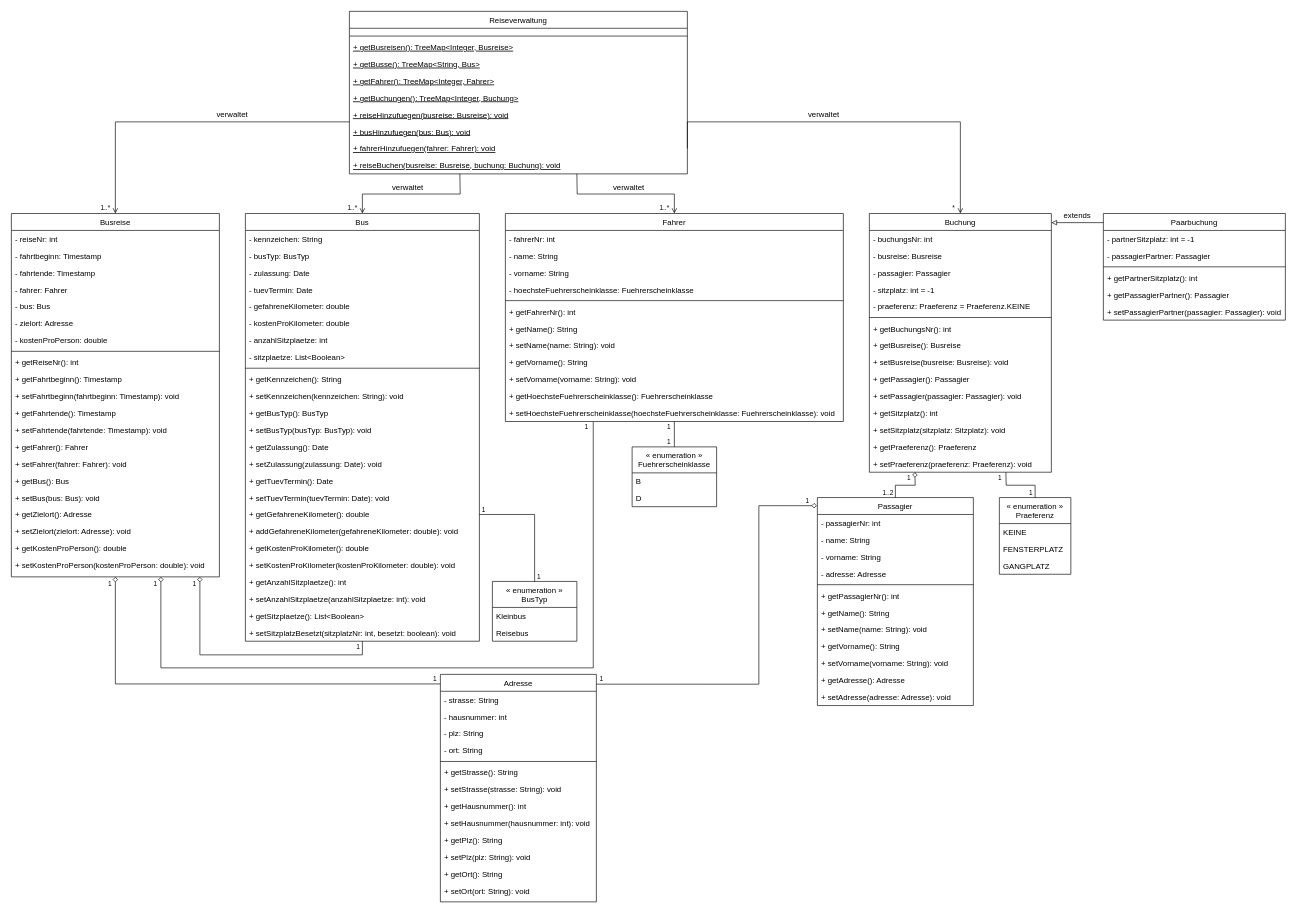
Above: UML_Klassendiagramm.drawio in ZichaoIUStudy/Busreisen_OOP2_Referat (draw.io), before the change. Source tidied: cells renumbered, new cells numbered last; positions are measured from the earlier drawing's top-left corner, leaving out a move shared by most shapes. Both pictures are drawn from the tidied source at 65%, with x=0, y=0 at pixel (11, 11).
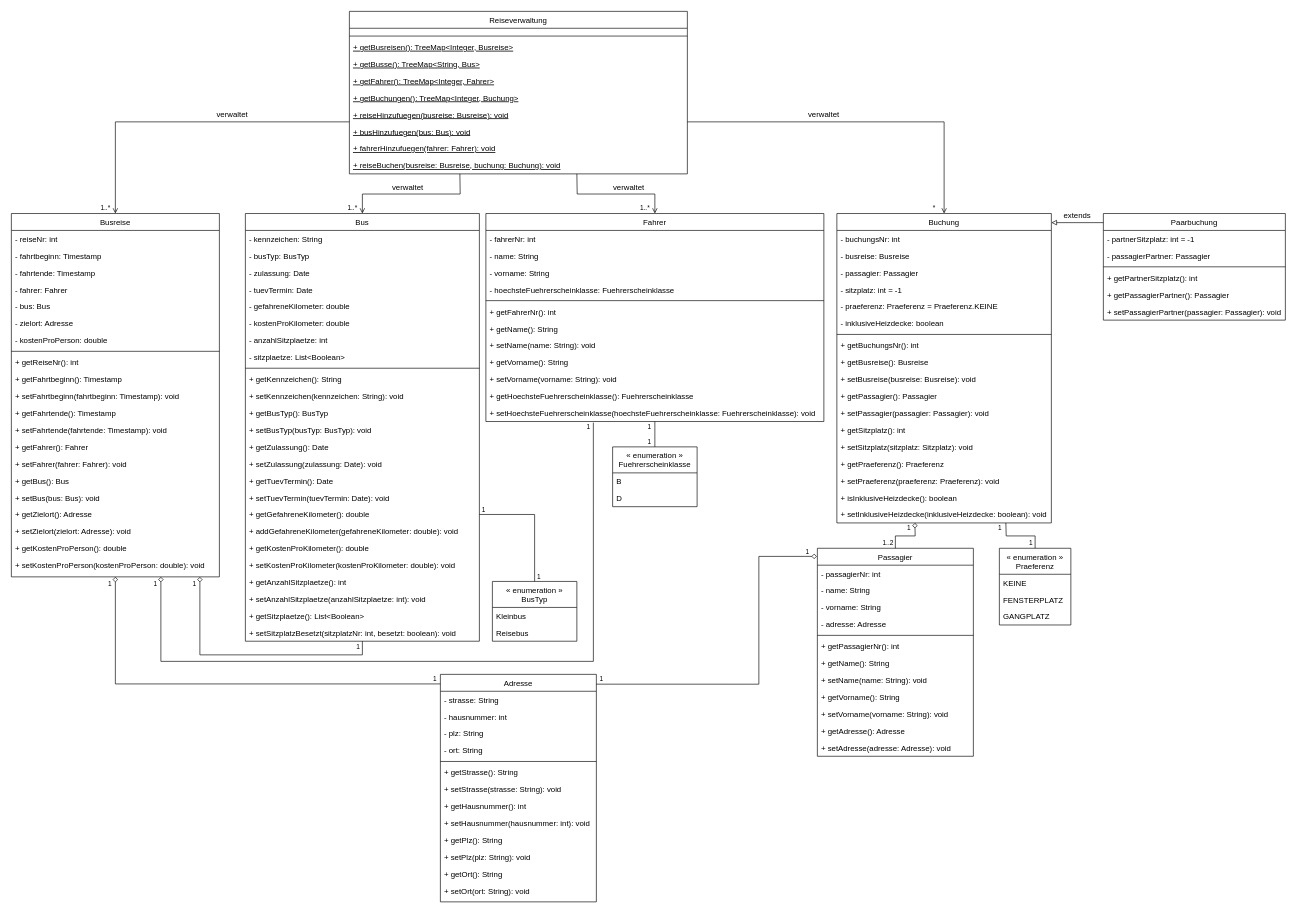
Above is the later version.

Commit message (it also covers changes not shown here):
Implementierung Heizdecke, Anpassung UML-Klassendiagramm

Unchanged cells that the change refers to:
```xml
<mxCell id="14" value="+ setHoechsteFuehrerscheinklasse(hoechsteFuehrerscheinklasse: Fuehrerscheinklasse): void" style="text;align=left;verticalAlign=top;spacingLeft=4;spacingRight=4;overflow=hidden;points=[[0,0.5],[1,0.5]];portConstraint=eastwest;rounded=0;shadow=0;html=0;" parent="2" vertex="1">
  <mxGeometry y="294" width="520" height="26" as="geometry" />
</mxCell>
<mxCell id="109" value="+ fahrerHinzufuegen(fahrer: Fahrer): void" style="text;align=left;verticalAlign=top;spacingLeft=4;spacingRight=4;overflow=hidden;points=[[0,0.5],[1,0.5]];portConstraint=eastwest;rounded=0;shadow=0;html=0;fontStyle=4;" parent="100" vertex="1">
  <mxGeometry y="198" width="520" height="26" as="geometry" />
</mxCell>
<mxCell id="141" value="Adresse" style="swimlane;fontStyle=0;align=center;verticalAlign=top;horizontal=1;startSize=26;rounded=0;shadow=0;strokeWidth=1;" parent="1" vertex="1">
  <mxGeometry x="660" y="1020" width="240" height="350" as="geometry" />
</mxCell>
```

Change to the diagram source:
```diff
@@
     <mxCell id="2" value="Fahrer" style="swimlane;fontStyle=0;align=center;verticalAlign=top;horizontal=1;startSize=26;rounded=0;shadow=0;strokeWidth=1;" parent="1" vertex="1">
-      <mxGeometry x="760" y="311" width="520" height="320" as="geometry" />
+      <mxGeometry x="730" y="311" width="520" height="320" as="geometry" />
     </mxCell>
@@
     <mxCell id="37" value="Passagier" style="swimlane;fontStyle=0;align=center;verticalAlign=top;horizontal=1;startSize=26;rounded=0;shadow=0;strokeWidth=1;" parent="1" vertex="1">
-      <mxGeometry x="1240" y="748" width="240" height="320" as="geometry" />
+      <mxGeometry x="1240" y="826" width="240" height="320" as="geometry" />
     </mxCell>
@@
     <mxCell id="76" value="Buchung" style="swimlane;fontStyle=0;align=center;verticalAlign=top;horizontal=1;startSize=26;rounded=0;shadow=0;strokeWidth=1;" parent="1" vertex="1">
-      <mxGeometry x="1320" y="311" width="280" height="398" as="geometry" />
+      <mxGeometry x="1270" y="311" width="330" height="476" as="geometry" />
     </mxCell>
     <mxCell id="77" value="- buchungsNr: int" style="text;align=left;verticalAlign=top;spacingLeft=4;spacingRight=4;overflow=hidden;" parent="76" vertex="1">
-      <mxGeometry y="26" width="280" height="26" as="geometry" />
+      <mxGeometry y="26" width="330" height="26" as="geometry" />
     </mxCell>
     <mxCell id="78" value="- busreise: Busreise" style="text;align=left;verticalAlign=top;spacingLeft=4;spacingRight=4;overflow=hidden;" parent="76" vertex="1">
-      <mxGeometry y="52" width="280" height="26" as="geometry" />
+      <mxGeometry y="52" width="330" height="26" as="geometry" />
     </mxCell>
     <mxCell id="79" value="- passagier: Passagier" style="text;align=left;verticalAlign=top;spacingLeft=4;spacingRight=4;overflow=hidden;" parent="76" vertex="1">
-      <mxGeometry y="78" width="280" height="26" as="geometry" />
+      <mxGeometry y="78" width="330" height="26" as="geometry" />
     </mxCell>
     <mxCell id="80" value="- sitzplatz: int = -1" style="text;align=left;verticalAlign=top;spacingLeft=4;spacingRight=4;overflow=hidden;" parent="76" vertex="1">
-      <mxGeometry y="104" width="280" height="26" as="geometry" />
+      <mxGeometry y="104" width="330" height="26" as="geometry" />
     </mxCell>
     <mxCell id="81" value="- praeferenz: Praeferenz = Praeferenz.KEINE" style="text;align=left;verticalAlign=top;spacingLeft=4;spacingRight=4;overflow=hidden;" parent="76" vertex="1">
-      <mxGeometry y="130" width="280" height="26" as="geometry" />
+      <mxGeometry y="130" width="330" height="26" as="geometry" />
     </mxCell>
+    <mxCell id="173" value="- inklusiveHeizdecke: boolean" style="text;align=left;verticalAlign=top;spacingLeft=4;spacingRight=4;overflow=hidden;" parent="76" vertex="1">
+      <mxGeometry y="156" width="330" height="26" as="geometry" />
+    </mxCell>
     <mxCell id="82" style="line;html=1;strokeWidth=1;align=left;verticalAlign=middle;spacingTop=-1;spacingLeft=3;spacingRight=3;labelPosition=right;" parent="76" vertex="1">
-      <mxGeometry y="156" width="280" height="8" as="geometry" />
+      <mxGeometry y="182" width="330" height="8" as="geometry" />
     </mxCell>
     <mxCell id="83" value="+ getBuchungsNr(): int" style="text;align=left;verticalAlign=top;spacingLeft=4;spacingRight=4;overflow=hidden;" parent="76" vertex="1">
-      <mxGeometry y="164" width="280" height="26" as="geometry" />
+      <mxGeometry y="190" width="330" height="26" as="geometry" />
     </mxCell>
     <mxCell id="84" value="+ getBusreise(): Busreise" style="text;align=left;verticalAlign=top;spacingLeft=4;spacingRight=4;overflow=hidden;" parent="76" vertex="1">
-      <mxGeometry y="190" width="280" height="26" as="geometry" />
+      <mxGeometry y="216" width="330" height="26" as="geometry" />
     </mxCell>
     <mxCell id="85" value="+ setBusreise(busreise: Busreise): void" style="text;align=left;verticalAlign=top;spacingLeft=4;spacingRight=4;overflow=hidden;" parent="76" vertex="1">
-      <mxGeometry y="216" width="280" height="26" as="geometry" />
+      <mxGeometry y="242" width="330" height="26" as="geometry" />
     </mxCell>
     <mxCell id="86" value="+ getPassagier(): Passagier" style="text;align=left;verticalAlign=top;spacingLeft=4;spacingRight=4;overflow=hidden;" parent="76" vertex="1">
-      <mxGeometry y="242" width="280" height="26" as="geometry" />
+      <mxGeometry y="268" width="330" height="26" as="geometry" />
     </mxCell>
     <mxCell id="87" value="+ setPassagier(passagier: Passagier): void" style="text;align=left;verticalAlign=top;spacingLeft=4;spacingRight=4;overflow=hidden;" parent="76" vertex="1">
-      <mxGeometry y="268" width="280" height="26" as="geometry" />
+      <mxGeometry y="294" width="330" height="26" as="geometry" />
     </mxCell>
     <mxCell id="88" value="+ getSitzplatz(): int" style="text;align=left;verticalAlign=top;spacingLeft=4;spacingRight=4;overflow=hidden;" parent="76" vertex="1">
-      <mxGeometry y="294" width="280" height="26" as="geometry" />
+      <mxGeometry y="320" width="330" height="26" as="geometry" />
     </mxCell>
     <mxCell id="89" value="+ setSitzplatz(sitzplatz: Sitzplatz): void" style="text;align=left;verticalAlign=top;spacingLeft=4;spacingRight=4;overflow=hidden;" parent="76" vertex="1">
-      <mxGeometry y="320" width="280" height="26" as="geometry" />
+      <mxGeometry y="346" width="330" height="26" as="geometry" />
     </mxCell>
     <mxCell id="90" value="+ getPraeferenz(): Praeferenz" style="text;align=left;verticalAlign=top;spacingLeft=4;spacingRight=4;overflow=hidden;" parent="76" vertex="1">
-      <mxGeometry y="346" width="280" height="26" as="geometry" />
+      <mxGeometry y="372" width="330" height="26" as="geometry" />
     </mxCell>
     <mxCell id="91" value="+ setPraeferenz(praeferenz: Praeferenz): void" style="text;align=left;verticalAlign=top;spacingLeft=4;spacingRight=4;overflow=hidden;" parent="76" vertex="1">
-      <mxGeometry y="372" width="280" height="26" as="geometry" />
+      <mxGeometry y="398" width="330" height="26" as="geometry" />
     </mxCell>
+    <mxCell id="174" value="+ isInklusiveHeizdecke(): boolean" style="text;align=left;verticalAlign=top;spacingLeft=4;spacingRight=4;overflow=hidden;" parent="76" vertex="1">
+      <mxGeometry y="424" width="330" height="26" as="geometry" />
+    </mxCell>
+    <mxCell id="175" value="+ setInklusiveHeizdecke(inklusiveHeizdecke: boolean): void" style="text;align=left;verticalAlign=top;spacingLeft=4;spacingRight=4;overflow=hidden;" parent="76" vertex="1">
+      <mxGeometry y="450" width="330" height="26" as="geometry" />
+    </mxCell>
     <mxCell id="92" value="« enumeration »&#10;Fuehrerscheinklasse" style="swimlane;fontStyle=0;align=center;verticalAlign=top;horizontal=1;startSize=40;rounded=0;shadow=0;strokeWidth=1;fontFamily=Helvetica;" parent="1" vertex="1">
-      <mxGeometry x="955" y="670" width="130" height="92" as="geometry" />
+      <mxGeometry x="925" y="670" width="130" height="92" as="geometry" />
     </mxCell>
@@
     <mxCell id="95" value="« enumeration »&#10;Praeferenz" style="swimlane;fontStyle=0;align=center;verticalAlign=top;horizontal=1;startSize=40;rounded=0;shadow=0;strokeWidth=1;fontFamily=Helvetica;" parent="1" vertex="1">
-      <mxGeometry x="1520" y="748" width="110" height="118" as="geometry" />
+      <mxGeometry x="1520" y="826" width="110" height="118" as="geometry" />
     </mxCell>
@@
-    <mxCell id="112" style="endArrow=none;html=1;rounded=0;entryX=1;entryY=0.5;entryDx=0;entryDy=0;exitX=0.5;exitY=0;exitDx=0;exitDy=0;edgeStyle=orthogonalEdgeStyle;startArrow=open;startFill=0;" parent="1" edge="1" source="76" target="109">
+    <mxCell id="112" style="endArrow=none;html=1;rounded=0;exitX=0.5;exitY=0;exitDx=0;exitDy=0;edgeStyle=orthogonalEdgeStyle;startArrow=open;startFill=0;" parent="1" edge="1" source="76">
       <mxGeometry relative="1" as="geometry">
+        <mxPoint x="1040" y="170" as="targetPoint" />
         <Array as="points">
-          <mxPoint x="1460" y="170" />
+          <mxPoint x="1435" y="170" />
         </Array>
       </mxGeometry>
     </mxCell>
@@
     <mxCell id="115" style="endArrow=diamond;html=1;rounded=0;entryX=0.25;entryY=1;entryDx=0;entryDy=0;exitX=0.5;exitY=0;exitDx=0;exitDy=0;edgeStyle=orthogonalEdgeStyle;endFill=0;" parent="1" edge="1" source="37">
       <mxGeometry relative="1" as="geometry">
-        <mxPoint x="1390" y="709" as="targetPoint" />
+        <mxPoint x="1390" y="787" as="targetPoint" />
       </mxGeometry>
     </mxCell>
     <mxCell id="116" style="endArrow=none;html=1;rounded=0;exitX=0.5;exitY=0;exitDx=0;exitDy=0;entryX=0.75;entryY=1;entryDx=0;entryDy=0;edgeStyle=orthogonalEdgeStyle;endFill=0;" parent="1" edge="1" source="95">
       <mxGeometry relative="1" as="geometry">
-        <mxPoint x="1530" y="709" as="targetPoint" />
+        <mxPoint x="1530" y="787" as="targetPoint" />
       </mxGeometry>
     </mxCell>
@@
     <mxCell id="122" value="1" style="text;html=1;align=center;verticalAlign=middle;whiteSpace=wrap;rounded=0;fontSize=10;" parent="1" vertex="1">
-      <mxGeometry x="1007" y="634" width="10" height="9" as="geometry" />
+      <mxGeometry x="977" y="634" width="10" height="9" as="geometry" />
     </mxCell>
     <mxCell id="123" value="1" style="text;html=1;align=center;verticalAlign=middle;whiteSpace=wrap;rounded=0;fontSize=10;" parent="1" vertex="1">
-      <mxGeometry x="1007" y="657" width="10" height="9" as="geometry" />
+      <mxGeometry x="977" y="657" width="10" height="9" as="geometry" />
     </mxCell>
@@
     <mxCell id="133" value="1" style="text;html=1;align=center;verticalAlign=middle;whiteSpace=wrap;rounded=0;fontSize=10;" parent="1" vertex="1">
-      <mxGeometry x="1516" y="712" width="10" height="9" as="geometry" />
+      <mxGeometry x="1516" y="790" width="10" height="9" as="geometry" />
     </mxCell>
     <mxCell id="134" value="1" style="text;html=1;align=center;verticalAlign=middle;whiteSpace=wrap;rounded=0;fontSize=10;" parent="1" vertex="1">
-      <mxGeometry x="1564" y="735" width="10" height="9" as="geometry" />
+      <mxGeometry x="1564" y="813" width="10" height="9" as="geometry" />
     </mxCell>
     <mxCell id="135" value="1" style="text;html=1;align=center;verticalAlign=middle;whiteSpace=wrap;rounded=0;fontSize=10;" parent="1" vertex="1">
-      <mxGeometry x="1376" y="712" width="10" height="9" as="geometry" />
+      <mxGeometry x="1376" y="790" width="10" height="9" as="geometry" />
     </mxCell>
     <mxCell id="136" value="1..2" style="text;html=1;align=center;verticalAlign=middle;whiteSpace=wrap;rounded=0;fontSize=10;" parent="1" vertex="1">
-      <mxGeometry x="1344" y="735" width="10" height="9" as="geometry" />
+      <mxGeometry x="1344" y="813" width="10" height="9" as="geometry" />
     </mxCell>
@@
     <mxCell id="139" value="1..*" style="text;html=1;align=center;verticalAlign=middle;whiteSpace=wrap;rounded=0;fontSize=10;" parent="1" vertex="1">
-      <mxGeometry x="1000" y="297" width="10" height="9" as="geometry" />
+      <mxGeometry x="970" y="297" width="10" height="9" as="geometry" />
     </mxCell>
     <mxCell id="140" value="*" style="text;html=1;align=center;verticalAlign=middle;whiteSpace=wrap;rounded=0;fontSize=10;" parent="1" vertex="1">
-      <mxGeometry x="1445" y="297" width="10" height="9" as="geometry" />
+      <mxGeometry x="1415" y="297" width="10" height="9" as="geometry" />
     </mxCell>
@@
-    <mxCell id="158" style="endArrow=none;html=1;rounded=0;entryX=0.26;entryY=1.034;entryDx=0;entryDy=0;entryPerimeter=0;edgeStyle=orthogonalEdgeStyle;endFill=0;startArrow=diamond;startFill=0;" parent="1" edge="1" target="14">
+    <mxCell id="158" style="endArrow=none;html=1;rounded=0;entryX=0.318;entryY=1.066;entryDx=0;entryDy=0;entryPerimeter=0;edgeStyle=orthogonalEdgeStyle;endFill=0;startArrow=diamond;startFill=0;" parent="1" edge="1" target="14">
       <mxGeometry relative="1" as="geometry">
         <mxPoint x="230" y="870" as="sourcePoint" />
         <Array as="points">
-          <mxPoint x="230" y="1010" />
-          <mxPoint x="895" y="1010" />
+          <mxPoint x="230" y="1000" />
+          <mxPoint x="895" y="1000" />
         </Array>
       </mxGeometry>
     </mxCell>
     <mxCell id="159" style="endArrow=diamond;html=1;rounded=0;edgeStyle=orthogonalEdgeStyle;endFill=0;startArrow=none;startFill=0;entryX=-0.003;entryY=0.039;entryDx=0;entryDy=0;entryPerimeter=0;exitX=1;exitY=0.043;exitDx=0;exitDy=0;exitPerimeter=0;" parent="1" edge="1" source="141" target="37">
       <mxGeometry relative="1" as="geometry">
         <Array as="points">
           <mxPoint x="1150" y="1035" />
-          <mxPoint x="1150" y="761" />
+          <mxPoint x="1150" y="838" />
         </Array>
       </mxGeometry>
     </mxCell>
@@
     <mxCell id="161" value="1" style="text;html=1;align=center;verticalAlign=middle;whiteSpace=wrap;rounded=0;fontSize=10;" parent="1" vertex="1">
-      <mxGeometry x="1220" y="748" width="10" height="9" as="geometry" />
+      <mxGeometry x="1220" y="826" width="10" height="9" as="geometry" />
     </mxCell>
     <mxCell id="162" value="1" style="text;html=1;align=center;verticalAlign=middle;whiteSpace=wrap;rounded=0;fontSize=10;" parent="1" vertex="1">
-      <mxGeometry x="880" y="634" width="10" height="9" as="geometry" />
+      <mxGeometry x="883" y="634" width="10" height="9" as="geometry" />
     </mxCell>
```
